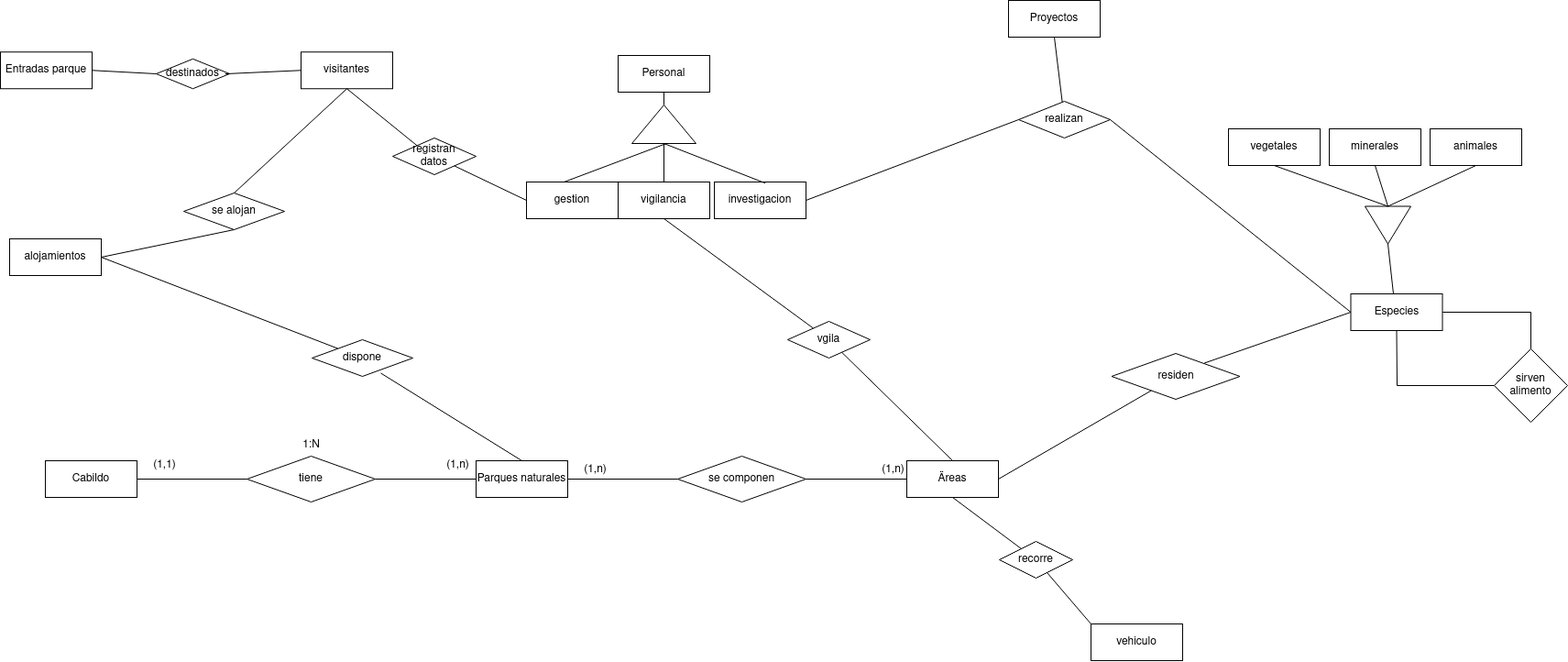
adogonz23/BAE keeps this draw.io diagram as Ejercicios/tarea2/tarea_E/diagramaFinal.png. Above is the earlier version. Source tidied: cells renumbered, new cells last; positions are measured from the earlier drawing's top-left corner, leaving out a move shared by most shapes.
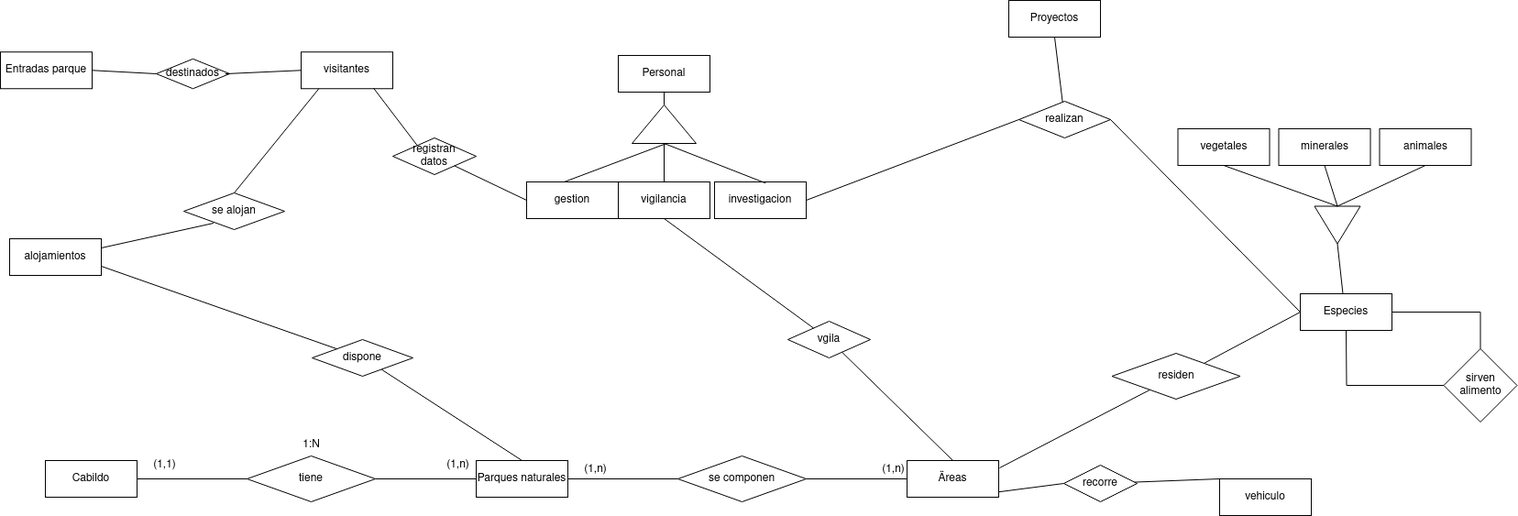
After the commit.

The edit, as a diff of the source:
```diff
@@ -88,10 +88,10 @@
       <mxGeometry y="56.2" width="100" height="40" as="geometry" />
     </mxCell>
     <mxCell id="29" value="vehiculo" style="rounded=0;whiteSpace=wrap;html=1;" parent="1" vertex="1">
-      <mxGeometry x="1190" y="680" width="100" height="40" as="geometry" />
+      <mxGeometry x="1330" y="522" width="100" height="40" as="geometry" />
     </mxCell>
     <mxCell id="30" style="group;rotation=0;" parent="1" vertex="1">
-      <mxGeometry x="1352.5" y="140" width="321" height="210" as="geometry" />
+      <mxGeometry x="1297" y="140" width="321" height="210" as="geometry" />
     </mxCell>
     <mxCell id="31" value="Especies" style="rounded=0;whiteSpace=wrap;html=1;rotation=0;" parent="30" vertex="1">
       <mxGeometry x="121" y="180" width="100" height="40" as="geometry" />
@@ -122,11 +122,13 @@
         <mxPoint x="167.5" y="180" as="targetPoint" />
       </mxGeometry>
     </mxCell>
-    <mxCell id="40" style="endArrow=none;html=1;rounded=0;exitX=1;exitY=0.5;exitDx=0;exitDy=0;" parent="1" edge="1" source="10" target="16">
-      <mxGeometry relative="1" as="geometry" />
+    <mxCell id="40" style="endArrow=none;html=1;rounded=0;" parent="1" edge="1" target="16">
+      <mxGeometry relative="1" as="geometry">
+        <mxPoint x="1090" y="510" as="sourcePoint" />
+      </mxGeometry>
     </mxCell>
     <mxCell id="41" value="recorre" style="rhombus;whiteSpace=wrap;html=1;" parent="1" vertex="1">
-      <mxGeometry x="1090" y="590" width="80" height="40" as="geometry" />
+      <mxGeometry x="1160" y="507" width="80" height="40" as="geometry" />
     </mxCell>
     <mxCell id="42" value="realizan" style="rhombus;whiteSpace=wrap;html=1;" parent="1" vertex="1">
       <mxGeometry x="1111" y="110" width="100" height="40" as="geometry" />
@@ -137,9 +139,6 @@
     <mxCell id="44" style="endArrow=none;html=1;rounded=0;entryX=0.5;entryY=1;entryDx=0;entryDy=0;" parent="1" edge="1" source="42" target="26">
       <mxGeometry relative="1" as="geometry" />
     </mxCell>
-    <mxCell id="45" style="endArrow=none;html=1;rounded=0;entryX=0.5;entryY=1;entryDx=0;entryDy=0;" parent="1" edge="1" source="41" target="10">
-      <mxGeometry relative="1" as="geometry" />
-    </mxCell>
     <mxCell id="46" style="endArrow=none;html=1;rounded=0;exitX=0;exitY=0;exitDx=0;exitDy=0;" parent="1" edge="1" source="29" target="41">
       <mxGeometry relative="1" as="geometry" />
     </mxCell>
@@ -152,7 +151,7 @@
     <mxCell id="49" style="endArrow=none;html=1;rounded=0;entryX=0;entryY=0.5;entryDx=0;entryDy=0;" parent="1" edge="1" source="48" target="20">
       <mxGeometry relative="1" as="geometry" />
     </mxCell>
-    <mxCell id="50" style="endArrow=none;html=1;rounded=0;entryX=0.297;entryY=0.217;entryDx=0;entryDy=0;entryPerimeter=0;exitX=0.5;exitY=1;exitDx=0;exitDy=0;" parent="1" edge="1" source="27" target="48">
+    <mxCell id="50" style="endArrow=none;html=1;rounded=0;entryX=0.297;entryY=0.217;entryDx=0;entryDy=0;entryPerimeter=0;exitX=0.79;exitY=0.985;exitDx=0;exitDy=0;exitPerimeter=0;" parent="1" edge="1" source="27" target="48">
       <mxGeometry relative="1" as="geometry" />
     </mxCell>
     <mxCell id="51" style="endArrow=none;html=1;rounded=0;entryX=0;entryY=0.5;entryDx=0;entryDy=0;exitX=0.94;exitY=0.502;exitDx=0;exitDy=0;exitPerimeter=0;" parent="1" edge="1" source="47" target="27">
@@ -179,16 +178,16 @@
     <mxCell id="58" value="se alojan" style="rhombus;whiteSpace=wrap;html=1;" parent="1" vertex="1">
       <mxGeometry x="200" y="210" width="110" height="40" as="geometry" />
     </mxCell>
-    <mxCell id="59" style="endArrow=none;html=1;rounded=0;entryX=0.5;entryY=1;entryDx=0;entryDy=0;exitX=0.5;exitY=0;exitDx=0;exitDy=0;" parent="1" edge="1" source="58" target="27">
+    <mxCell id="59" style="endArrow=none;html=1;rounded=0;entryX=0.193;entryY=1.002;entryDx=0;entryDy=0;exitX=0.5;exitY=0;exitDx=0;exitDy=0;entryPerimeter=0;" parent="1" edge="1" source="58" target="27">
       <mxGeometry relative="1" as="geometry" />
     </mxCell>
-    <mxCell id="60" style="endArrow=none;html=1;rounded=0;exitX=1;exitY=0.5;exitDx=0;exitDy=0;entryX=0.5;entryY=1;entryDx=0;entryDy=0;" parent="1" edge="1" source="56" target="58">
+    <mxCell id="60" style="endArrow=none;html=1;rounded=0;exitX=1;exitY=0.25;exitDx=0;exitDy=0;entryX=0.295;entryY=0.825;entryDx=0;entryDy=0;entryPerimeter=0;" parent="1" edge="1" source="56" target="58">
       <mxGeometry relative="1" as="geometry" />
     </mxCell>
-    <mxCell id="61" style="endArrow=none;html=1;rounded=0;exitX=1;exitY=0.5;exitDx=0;exitDy=0;" parent="1" edge="1" source="56" target="57">
+    <mxCell id="61" style="endArrow=none;html=1;rounded=0;exitX=1;exitY=0.75;exitDx=0;exitDy=0;" parent="1" edge="1" source="56" target="57">
       <mxGeometry relative="1" as="geometry" />
     </mxCell>
-    <mxCell id="62" style="endArrow=none;html=1;rounded=0;exitX=0.682;exitY=0.912;exitDx=0;exitDy=0;exitPerimeter=0;entryX=0.5;entryY=0;entryDx=0;entryDy=0;" parent="1" edge="1" source="57" target="3">
+    <mxCell id="62" style="endArrow=none;html=1;rounded=0;entryX=0.5;entryY=0;entryDx=0;entryDy=0;exitX=0.689;exitY=0.817;exitDx=0;exitDy=0;exitPerimeter=0;" parent="1" edge="1" source="57" target="3">
       <mxGeometry relative="1" as="geometry" />
     </mxCell>
     <mxCell id="63" style="endArrow=none;html=1;rounded=0;entryX=0;entryY=0.5;entryDx=0;entryDy=0;exitX=1;exitY=0.5;exitDx=0;exitDy=0;" parent="1" edge="1" source="42" target="31">
@@ -198,21 +197,24 @@
       <mxGeometry relative="1" as="geometry" />
     </mxCell>
     <mxCell id="65" value="&lt;div&gt;sirven &lt;br&gt;&lt;/div&gt;&lt;div&gt;alimento&lt;br&gt;&lt;/div&gt;" style="rhombus;whiteSpace=wrap;html=1;" parent="1" vertex="1">
-      <mxGeometry x="1630" y="380" width="80" height="80" as="geometry" />
+      <mxGeometry x="1574.5" y="380" width="80" height="80" as="geometry" />
     </mxCell>
     <mxCell id="66" style="endArrow=none;html=1;rounded=0;entryX=0.5;entryY=1;entryDx=0;entryDy=0;exitX=0;exitY=0.5;exitDx=0;exitDy=0;" parent="1" edge="1" source="65" target="31">
       <mxGeometry relative="1" as="geometry">
         <Array as="points">
-          <mxPoint x="1524" y="420" />
+          <mxPoint x="1468.5" y="420" />
         </Array>
       </mxGeometry>
     </mxCell>
     <mxCell id="67" style="endArrow=none;html=1;rounded=0;exitX=1;exitY=0.5;exitDx=0;exitDy=0;entryX=0.5;entryY=0;entryDx=0;entryDy=0;" parent="1" edge="1" source="31" target="65">
       <mxGeometry relative="1" as="geometry">
         <Array as="points">
-          <mxPoint x="1670" y="340" />
+          <mxPoint x="1614.5" y="340" />
         </Array>
       </mxGeometry>
     </mxCell>
+    <mxCell id="68" style="endArrow=none;html=1;rounded=0;exitX=1.002;exitY=0.855;exitDx=0;exitDy=0;exitPerimeter=0;entryX=0;entryY=0.5;entryDx=0;entryDy=0;" parent="1" edge="1" source="10" target="41">
+      <mxGeometry relative="1" as="geometry" />
+    </mxCell>
   </root>
 </mxGraphModel>
```
